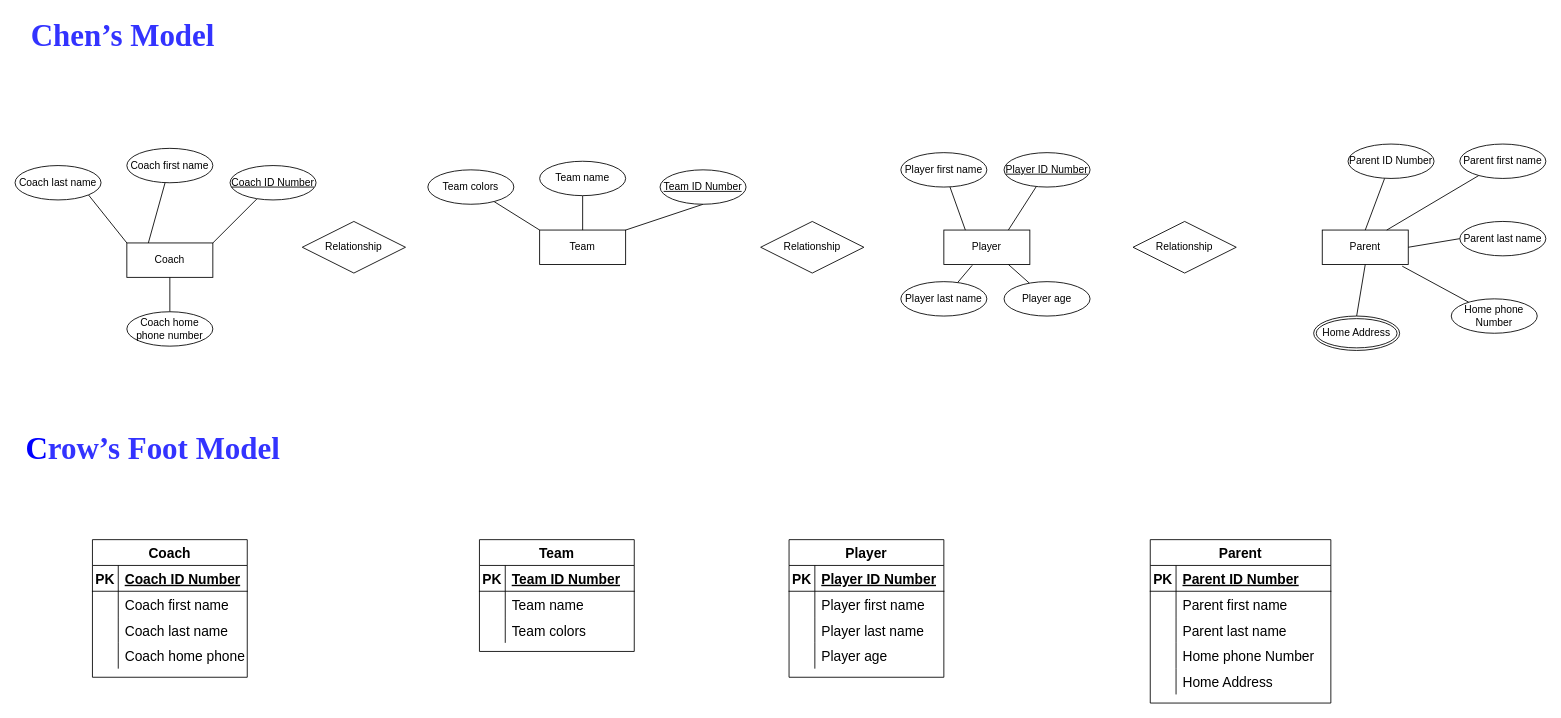
NTX8205/School_project keeps this draw.io diagram as page "第 5 页" (5 of 6) of 作業/資料庫/模型.drawio. Above is the earlier version. Source tidied: cells renumbered, new cells numbered last; positions are measured from the earlier drawing's top-left corner, leaving out a move shared by most shapes. Both pictures are drawn from the tidied source at 86%, with x=0, y=0 at pixel (15, 15).
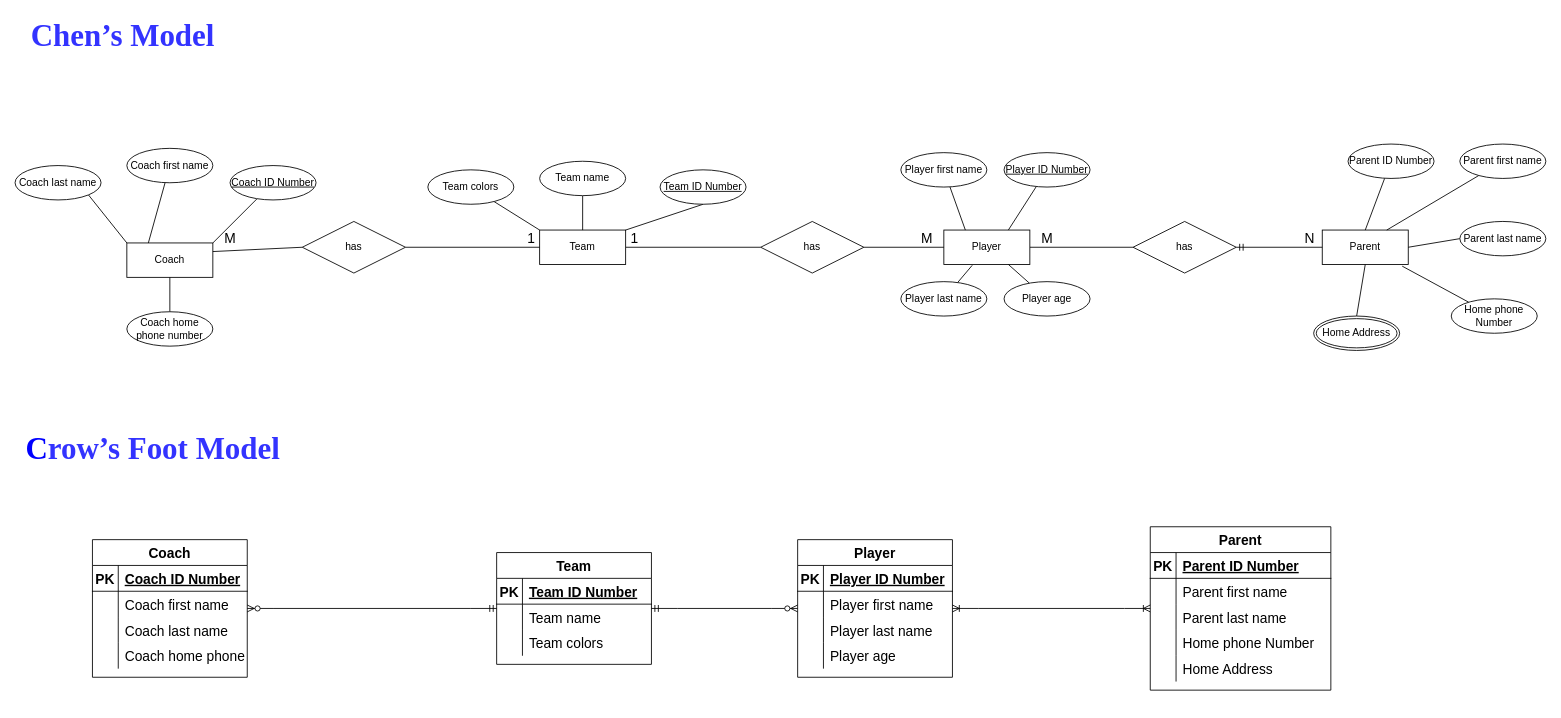
Above is the later version.

The change refers to these unchanged cells:
```xml
<mxCell id="2" value="Team" style="whiteSpace=wrap;html=1;align=center;" parent="1" vertex="1">
  <mxGeometry x="610" y="250" width="100" height="40" as="geometry" />
</mxCell>
<mxCell id="3" value="Player" style="whiteSpace=wrap;html=1;align=center;" parent="1" vertex="1">
  <mxGeometry x="1080" y="250" width="100" height="40" as="geometry" />
</mxCell>
<mxCell id="4" value="Coach" style="whiteSpace=wrap;html=1;align=center;" parent="1" vertex="1">
  <mxGeometry x="130" y="265" width="100" height="40" as="geometry" />
</mxCell>
<mxCell id="5" value="Parent" style="whiteSpace=wrap;html=1;align=center;" parent="1" vertex="1">
  <mxGeometry x="1520" y="250" width="100" height="40" as="geometry" />
</mxCell>
<mxCell id="43" value="Coach" style="shape=table;startSize=30;childLayout=tableLayout;rowLines=0;fontStyle=1;align=center;fontSize=16;" parent="1" vertex="1">
  <mxGeometry x="90" y="610" width="180" height="160" as="geometry" />
</mxCell>
```

The edit, as a diff of the source:
```diff
@@
+    <mxCell id="95" style="edgeStyle=none;rounded=0;jettySize=auto;html=1;fontSize=16;startArrow=none;startFill=0;endArrow=none;endFill=0;" parent="1" edge="1" source="2" target="39">
+      <mxGeometry relative="1" as="geometry" />
+    </mxCell>
@@
+    <mxCell id="96" style="edgeStyle=none;rounded=0;jettySize=auto;html=1;entryX=0;entryY=0.5;entryDx=0;entryDy=0;fontSize=16;startArrow=none;startFill=0;endArrow=none;endFill=0;" parent="1" edge="1" source="3" target="40">
+      <mxGeometry relative="1" as="geometry" />
+    </mxCell>
@@
+    <mxCell id="97" style="edgeStyle=none;rounded=0;jettySize=auto;html=1;entryX=0;entryY=0.5;entryDx=0;entryDy=0;fontSize=16;startArrow=none;startFill=0;endArrow=none;endFill=0;" parent="1" edge="1" source="38" target="2">
+      <mxGeometry relative="1" as="geometry" />
+    </mxCell>
+    <mxCell id="98" style="edgeStyle=none;rounded=0;jettySize=auto;html=1;exitX=0;exitY=0.5;exitDx=0;exitDy=0;entryX=1;entryY=0.25;entryDx=0;entryDy=0;fontSize=16;startArrow=none;startFill=0;endArrow=none;endFill=0;" parent="1" edge="1" source="38" target="4">
+      <mxGeometry relative="1" as="geometry" />
+    </mxCell>
-    <mxCell id="38" value="Relationship" style="shape=rhombus;perimeter=rhombusPerimeter;whiteSpace=wrap;html=1;align=center;" parent="1" vertex="1">
+    <mxCell id="38" value="has" style="shape=rhombus;perimeter=rhombusPerimeter;whiteSpace=wrap;html=1;align=center;" parent="1" vertex="1">
       <mxGeometry x="334" y="240" width="120" height="60" as="geometry" />
     </mxCell>
+    <mxCell id="99" style="edgeStyle=none;rounded=0;jettySize=auto;html=1;entryX=0;entryY=0.5;entryDx=0;entryDy=0;fontSize=16;startArrow=none;startFill=0;endArrow=none;endFill=0;" parent="1" edge="1" source="39" target="3">
+      <mxGeometry relative="1" as="geometry" />
+    </mxCell>
-    <mxCell id="39" value="Relationship" style="shape=rhombus;perimeter=rhombusPerimeter;whiteSpace=wrap;html=1;align=center;" parent="1" vertex="1">
+    <mxCell id="39" value="has" style="shape=rhombus;perimeter=rhombusPerimeter;whiteSpace=wrap;html=1;align=center;" parent="1" vertex="1">
       <mxGeometry x="867" y="240" width="120" height="60" as="geometry" />
     </mxCell>
+    <mxCell id="100" style="edgeStyle=none;rounded=0;jettySize=auto;html=1;entryX=0;entryY=0.5;entryDx=0;entryDy=0;fontSize=16;startArrow=ERmandOne;startFill=0;endArrow=none;endFill=0;" parent="1" edge="1" source="40" target="5">
+      <mxGeometry relative="1" as="geometry" />
+    </mxCell>
-    <mxCell id="40" value="Relationship" style="shape=rhombus;perimeter=rhombusPerimeter;whiteSpace=wrap;html=1;align=center;" parent="1" vertex="1">
+    <mxCell id="40" value="has" style="shape=rhombus;perimeter=rhombusPerimeter;whiteSpace=wrap;html=1;align=center;" parent="1" vertex="1">
       <mxGeometry x="1300" y="240" width="120" height="60" as="geometry" />
     </mxCell>
@@
     <mxCell id="56" value="Team" style="shape=table;startSize=30;childLayout=tableLayout;rowLines=0;fontStyle=1;align=center;fontSize=16;" parent="1" vertex="1">
-      <mxGeometry x="540" y="610" width="180" height="130" as="geometry" />
+      <mxGeometry x="560" y="625" width="180" height="130" as="geometry" />
     </mxCell>
@@
     <mxCell id="66" value="Player" style="shape=table;startSize=30;childLayout=tableLayout;rowLines=0;fontStyle=1;align=center;fontSize=16;" parent="1" vertex="1">
-      <mxGeometry x="900" y="610" width="180" height="160" as="geometry" />
+      <mxGeometry x="910" y="610" width="180" height="160" as="geometry" />
     </mxCell>
@@
     <mxCell id="79" value="Parent" style="shape=table;startSize=30;childLayout=tableLayout;rowLines=0;fontStyle=1;align=center;fontSize=16;" parent="1" vertex="1">
-      <mxGeometry x="1320" y="610" width="210" height="190" as="geometry" />
+      <mxGeometry x="1320" y="595" width="210" height="190" as="geometry" />
     </mxCell>
@@
+    <mxCell id="101" style="edgeStyle=entityRelationEdgeStyle;fontSize=12;html=1;endArrow=ERzeroToMany;endFill=1;rounded=0;startArrow=ERmandOne;startFill=0;" parent="1" edge="1" source="56" target="66">
+      <mxGeometry relative="1" as="geometry" />
+    </mxCell>
+    <mxCell id="102" style="edgeStyle=entityRelationEdgeStyle;fontSize=12;html=1;endArrow=ERzeroToMany;endFill=1;rounded=0;startArrow=ERmandOne;startFill=0;" parent="1" edge="1" source="56" target="43">
+      <mxGeometry relative="1" as="geometry" />
+    </mxCell>
+    <mxCell id="103" style="edgeStyle=entityRelationEdgeStyle;fontSize=12;html=1;endArrow=ERoneToMany;startArrow=ERoneToMany;rounded=0;" parent="1" edge="1" source="66" target="79">
+      <mxGeometry relative="1" as="geometry" />
+    </mxCell>
+    <mxCell id="104" value="M" style="text;html=1;align=center;verticalAlign=middle;strokeColor=none;fillColor=none;fontSize=16;" parent="1" vertex="1">
+      <mxGeometry x="1185" y="250" width="30" height="20" as="geometry" />
+    </mxCell>
+    <mxCell id="105" value="N" style="text;html=1;align=center;verticalAlign=middle;strokeColor=none;fillColor=none;fontSize=16;" parent="1" vertex="1">
+      <mxGeometry x="1490" y="250" width="30" height="20" as="geometry" />
+    </mxCell>
+    <mxCell id="106" value="1" style="text;html=1;align=center;verticalAlign=middle;strokeColor=none;fillColor=none;fontSize=16;" parent="1" vertex="1">
+      <mxGeometry x="710" y="250" width="20" height="20" as="geometry" />
+    </mxCell>
+    <mxCell id="107" value="M" style="text;html=1;align=center;verticalAlign=middle;strokeColor=none;fillColor=none;fontSize=16;" parent="1" vertex="1">
+      <mxGeometry x="1045" y="250" width="30" height="20" as="geometry" />
+    </mxCell>
+    <mxCell id="108" value="1" style="text;html=1;align=center;verticalAlign=middle;strokeColor=none;fillColor=none;fontSize=16;" parent="1" vertex="1">
+      <mxGeometry x="590" y="250" width="20" height="20" as="geometry" />
+    </mxCell>
+    <mxCell id="109" value="M" style="text;html=1;align=center;verticalAlign=middle;strokeColor=none;fillColor=none;fontSize=16;" parent="1" vertex="1">
+      <mxGeometry x="235" y="250" width="30" height="20" as="geometry" />
+    </mxCell>
```
